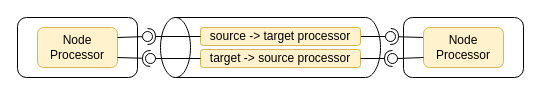
Nasdanika-Demos/beyond-diagrams keeps this draw.io diagram as page "Handlers and endpoints" (11 of 12) of diagram.drawio. Above is the earlier version. Source tidied: cells renumbered, new cells numbered last; positions are measured from the earlier drawing's top-left corner, leaving out a move shared by most shapes. Both pictures are drawn from the tidied source at 100%, with x=0, y=0 at pixel (17, -63).
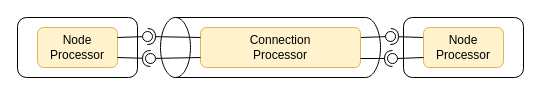
The same page after the edit.

Commit message:
Connection processor

The change refers to these unchanged cells:
```xml
<mxCell id="7" style="ellipse;whiteSpace=wrap;html=1;align=center;points=[];outlineConnect=0;sketch=0;" parent="1" vertex="1">
  <mxGeometry x="368" y="94" width="10" height="10" as="geometry" />
</mxCell>
<mxCell id="14" style="ellipse;whiteSpace=wrap;html=1;align=center;points=[];outlineConnect=0;sketch=0;" parent="1" vertex="1">
  <mxGeometry x="125" y="94" width="10" height="10" as="geometry" />
</mxCell>
<mxCell id="17" style="ellipse;whiteSpace=wrap;html=1;align=center;points=[];outlineConnect=0;sketch=0;" parent="1" vertex="1">
  <mxGeometry x="128" y="116" width="10" height="10" as="geometry" />
</mxCell>
<mxCell id="20" style="ellipse;whiteSpace=wrap;html=1;align=center;points=[];outlineConnect=0;sketch=0;" parent="1" vertex="1">
  <mxGeometry x="370" y="116" width="10" height="10" as="geometry" />
</mxCell>
```

Diff of the diagram source:
```diff
@@
-    <mxCell id="5" style="rounded=0;jettySize=auto;html=1;endArrow=none;endFill=0;sketch=0;sourcePerimeterSpacing=0;targetPerimeterSpacing=0;exitX=1;exitY=0.5;exitDx=0;exitDy=0;" parent="1" edge="1" source="10" target="7">
+    <mxCell id="5" style="rounded=0;jettySize=auto;html=1;endArrow=none;endFill=0;sketch=0;sourcePerimeterSpacing=0;targetPerimeterSpacing=0;exitX=1;exitY=0.25;exitDx=0;exitDy=0;" parent="1" edge="1" source="10" target="7">
       <mxGeometry relative="1" as="geometry" />
     </mxCell>
@@
-    <mxCell id="10" value="source -&amp;gt; target processor" style="rounded=1;whiteSpace=wrap;html=1;fillColor=#fff2cc;strokeColor=#d6b656;" parent="1" vertex="1">
-      <mxGeometry x="183" y="90" width="160" height="18" as="geometry" />
+    <mxCell id="10" value="Connection&lt;div&gt;Processor&lt;/div&gt;" style="rounded=1;whiteSpace=wrap;html=1;fillColor=#fff2cc;strokeColor=#d6b656;" parent="1" vertex="1">
+      <mxGeometry x="183" y="90" width="160" height="40" as="geometry" />
     </mxCell>
-    <mxCell id="11" value="target -&amp;gt; source processor" style="rounded=1;whiteSpace=wrap;html=1;fillColor=#fff2cc;strokeColor=#d6b656;" parent="1" vertex="1">
-      <mxGeometry x="183" y="112" width="160" height="18" as="geometry" />
-    </mxCell>
@@
-    <mxCell id="13" style="rounded=0;jettySize=auto;html=1;endArrow=halfCircle;endFill=0;entryX=0.5;entryY=0.5;endSize=6;strokeWidth=1;sketch=0;" parent="1" edge="1" source="10" target="14">
+    <mxCell id="13" style="rounded=0;jettySize=auto;html=1;endArrow=halfCircle;endFill=0;entryX=0.5;entryY=0.5;endSize=6;strokeWidth=1;sketch=0;exitX=0;exitY=0.25;exitDx=0;exitDy=0;" parent="1" edge="1" source="10" target="14">
       <mxGeometry relative="1" as="geometry" />
     </mxCell>
@@
-    <mxCell id="15" style="rounded=0;jettySize=auto;html=1;endArrow=none;endFill=0;sketch=0;sourcePerimeterSpacing=0;targetPerimeterSpacing=0;" parent="1" edge="1" source="11" target="17">
+    <mxCell id="15" style="rounded=0;jettySize=auto;html=1;endArrow=none;endFill=0;sketch=0;sourcePerimeterSpacing=0;targetPerimeterSpacing=0;exitX=0;exitY=0.75;exitDx=0;exitDy=0;" parent="1" edge="1" source="10" target="17">
       <mxGeometry relative="1" as="geometry" />
     </mxCell>
@@
-    <mxCell id="19" style="rounded=0;jettySize=auto;html=1;endArrow=halfCircle;endFill=0;entryX=0.5;entryY=0.5;endSize=6;strokeWidth=1;sketch=0;exitX=1;exitY=0.5;exitDx=0;exitDy=0;" parent="1" edge="1" source="11" target="20">
-      <mxGeometry relative="1" as="geometry" />
+    <mxCell id="19" style="rounded=0;jettySize=auto;html=1;endArrow=halfCircle;endFill=0;entryX=0.5;entryY=0.5;endSize=6;strokeWidth=1;sketch=0;exitX=1;exitY=0.5;exitDx=0;exitDy=0;" parent="1" edge="1" target="20">
+      <mxGeometry relative="1" as="geometry">
+        <mxPoint x="343" y="121" as="sourcePoint" />
+      </mxGeometry>
     </mxCell>
```
